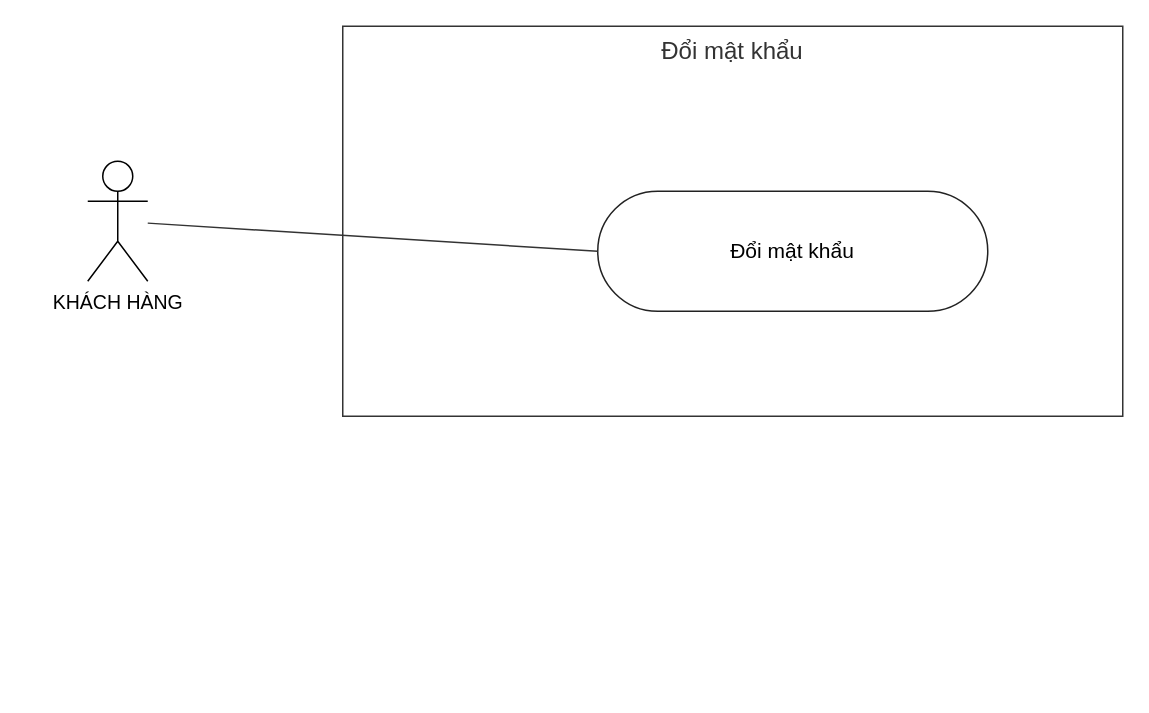
The draw.io diagram page "4. Đổi mật khẩu" (4 of 18) of docs/use-case/UseCase_DatVeXeKhach.drawio in Longcodepro/Project_OOAD_HK1_2026-2027, before the edit. Source tidied: cells renumbered, new cells numbered last; positions are measured from the earlier drawing's top-left corner, leaving out a move shared by most shapes. Both pictures are drawn from the tidied source at 150%, with x=0, y=0 at pixel (87, 26).
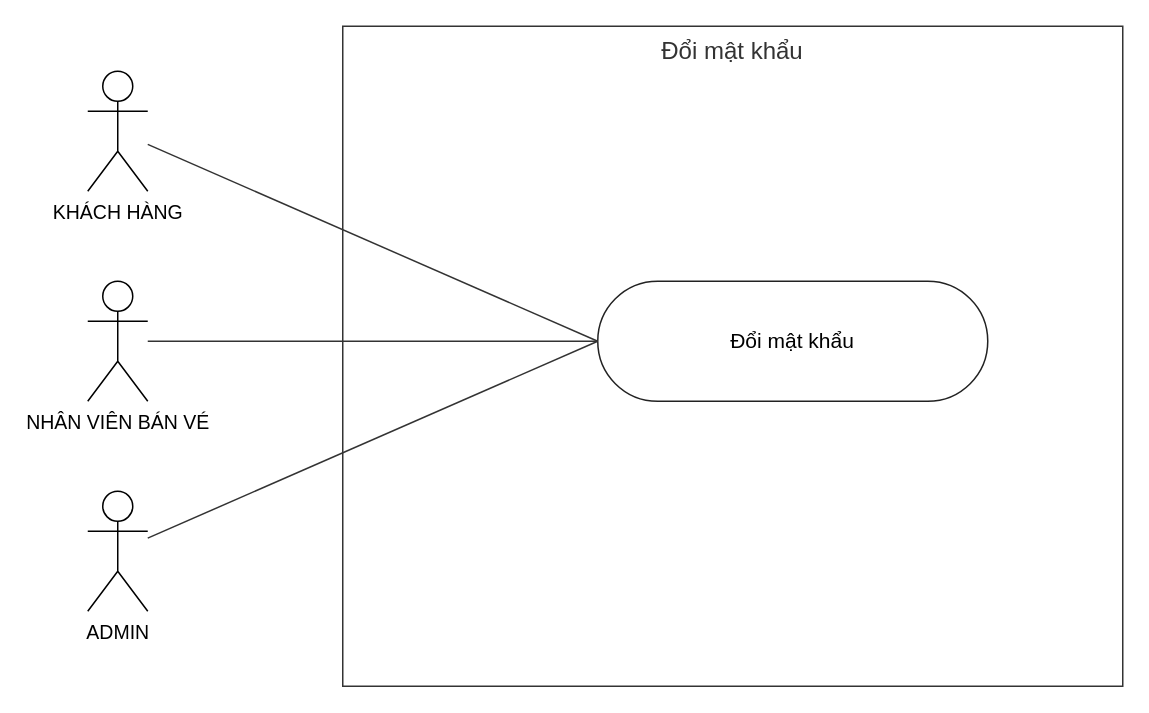
The same page after the edit.

Change to the diagram source:
```diff
@@
 <mxGraphModel background="#ffffff">
   <root>
     <mxCell id="0" />
     <mxCell id="1" parent="0" />
     <mxCell id="2" value="Đổi mật khẩu" style="rounded=0;whiteSpace=wrap;html=1;verticalAlign=top;fontSize=16;fillColor=none;strokeColor=#333333;fontColor=#333333;" parent="1" vertex="1">
-      <mxGeometry x="170" width="520" height="260" as="geometry" />
+      <mxGeometry x="170" width="520" height="440" as="geometry" />
     </mxCell>
     <mxCell id="3" value="KHÁCH HÀNG" style="shape=umlActor;verticalLabelPosition=bottom;verticalAlign=top;html=1;outlineConnect=0;fontSize=13;fontColor=#000000;strokeColor=#000000;" parent="1" vertex="1">
-      <mxGeometry y="90" width="40" height="80" as="geometry" />
+      <mxGeometry y="30" width="40" height="80" as="geometry" />
     </mxCell>
     <mxCell id="4" value="Đổi mật khẩu" style="rounded=1;arcSize=50;whiteSpace=wrap;html=1;fontSize=14;fillColor=#FFFFFF;strokeColor=#222222;fontColor=#000000;" parent="1" vertex="1">
-      <mxGeometry x="340" y="110" width="260" height="80" as="geometry" />
+      <mxGeometry x="340" y="170" width="260" height="80" as="geometry" />
     </mxCell>
     <mxCell id="5" style="endArrow=none;html=1;rounded=0;strokeColor=#333333;entryX=0;entryY=0.5;entryDx=0;entryDy=0;" parent="1" edge="1" source="3" target="4">
       <mxGeometry relative="1" as="geometry" />
     </mxCell>
+    <mxCell id="6" value="NHÂN VIÊN BÁN VÉ" style="shape=umlActor;verticalLabelPosition=bottom;verticalAlign=top;html=1;outlineConnect=0;fontSize=13;fontColor=#000000;strokeColor=#000000;" parent="1" vertex="1">
+      <mxGeometry y="170" width="40" height="80" as="geometry" />
+    </mxCell>
+    <mxCell id="7" value="ADMIN" style="shape=umlActor;verticalLabelPosition=bottom;verticalAlign=top;html=1;outlineConnect=0;fontSize=13;fontColor=#000000;strokeColor=#000000;" parent="1" vertex="1">
+      <mxGeometry y="310" width="40" height="80" as="geometry" />
+    </mxCell>
+    <mxCell id="8" style="endArrow=none;html=1;rounded=0;strokeColor=#333333;entryX=0;entryY=0.5;entryDx=0;entryDy=0;" parent="1" edge="1" source="6" target="4">
+      <mxGeometry relative="1" as="geometry" />
+    </mxCell>
+    <mxCell id="9" style="endArrow=none;html=1;rounded=0;strokeColor=#333333;entryX=0;entryY=0.5;entryDx=0;entryDy=0;" parent="1" edge="1" source="7" target="4">
+      <mxGeometry relative="1" as="geometry" />
+    </mxCell>
   </root>
 </mxGraphModel>
```
